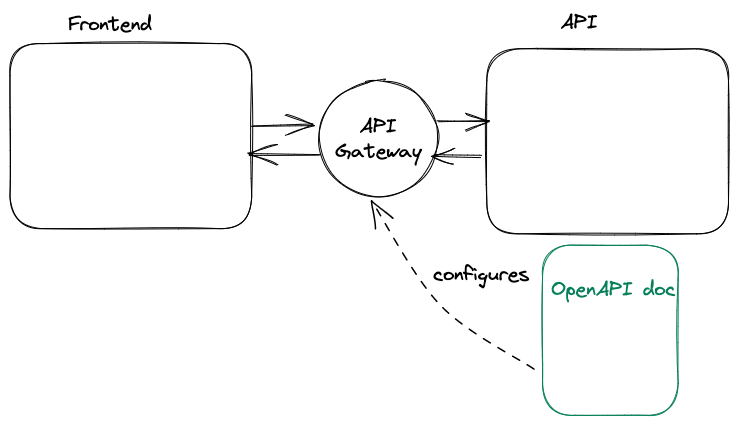
The Excalidraw diagram apps/v2/src/content/blog/_open-api/api-gateway.excalidraw.png in malcolm-kee/malcolm-kee, before a commit. Source tidied: one line per element, renumbered; positions are measured from the earlier drawing's top-left corner, leaving out a move shared by most shapes. Source of this version:
```json
{"id": 0, "type": "rectangle", "strokeColor": "#000000", "strokeWidth": 1, "roughness": 1, "round": true, "x": 0, "y": 34, "width": 242, "height": 185}
{"id": 1, "type": "text", "text": "Frontend", "strokeColor": "#000000", "strokeWidth": 1, "roughness": 1, "fontSize": 20, "fontFamily": 1, "x": 58, "y": 2, "width": 85, "height": 25}
{"id": 2, "type": "rectangle", "strokeColor": "#000000", "strokeWidth": 1, "roughness": 1, "round": true, "x": 477, "y": 39, "width": 242, "height": 185}
{"id": 3, "type": "text", "text": "API", "strokeColor": "#000000", "strokeWidth": 1, "roughness": 1, "fontSize": 20, "fontFamily": 1, "x": 551, "y": 0, "width": 39, "height": 25}
{"id": 4, "type": "rectangle", "strokeColor": "#087f5b", "strokeWidth": 1, "roughness": 1, "round": true, "x": 533, "y": 235, "width": 136, "height": 170}
{"id": 5, "type": "text", "text": "OpenAPI doc", "strokeColor": "#087f5b", "strokeWidth": 1, "roughness": 1, "fontSize": 20, "fontFamily": 1, "x": 541, "y": 267, "width": 126, "height": 25}
{"id": 6, "type": "arrow", "strokeColor": "#000000", "strokeWidth": 1, "strokeStyle": "dashed", "roughness": 1, "endArrowhead": "arrow", "round": true, "from": 4, "to": 8, "x": 523, "y": 360, "width": 162, "height": 168, "points": [[0, 0], [-92, -65], [-162, -168]]}
{"id": 7, "type": "text", "text": "configures", "strokeColor": "#000000", "strokeWidth": 1, "roughness": 1, "fontSize": 20, "fontFamily": 1, "x": 423, "y": 252, "width": 98, "height": 25}
{"id": 8, "type": "ellipse", "strokeColor": "#000000", "strokeWidth": 1, "roughness": 1, "round": true, "x": 309, "y": 70, "width": 119, "height": 117}
{"id": 9, "type": "text", "text": "API\nGateway", "strokeColor": "#000000", "strokeWidth": 1, "roughness": 1, "fontSize": 20, "fontFamily": 1, "textAlign": "center", "verticalAlign": "middle", "inside": 8, "x": 324, "y": 104, "width": 88, "height": 50}
{"id": 10, "type": "arrow", "strokeColor": "#000000", "strokeWidth": 1, "roughness": 1, "endArrowhead": "arrow", "round": true, "to": 8, "x": 242, "y": 115, "width": 63, "height": 0, "points": [[0, 0], [63, 0]]}
{"id": 11, "type": "arrow", "strokeColor": "#000000", "strokeWidth": 1, "roughness": 1, "endArrowhead": "arrow", "round": true, "from": 8, "x": 310, "y": 144, "width": 72, "height": 0, "points": [[0, 0], [-72, 0]]}
{"id": 12, "type": "arrow", "strokeColor": "#000000", "strokeWidth": 1, "roughness": 1, "endArrowhead": "arrow", "round": true, "from": 8, "x": 429, "y": 112, "width": 50, "height": 0, "points": [[0, 0], [50, 0]]}
{"id": 13, "type": "arrow", "strokeColor": "#000000", "strokeWidth": 1, "roughness": 1, "endArrowhead": "arrow", "round": true, "from": 2, "x": 471, "y": 146, "width": 47, "height": 2, "points": [[0, 0], [-47, -2]]}
```
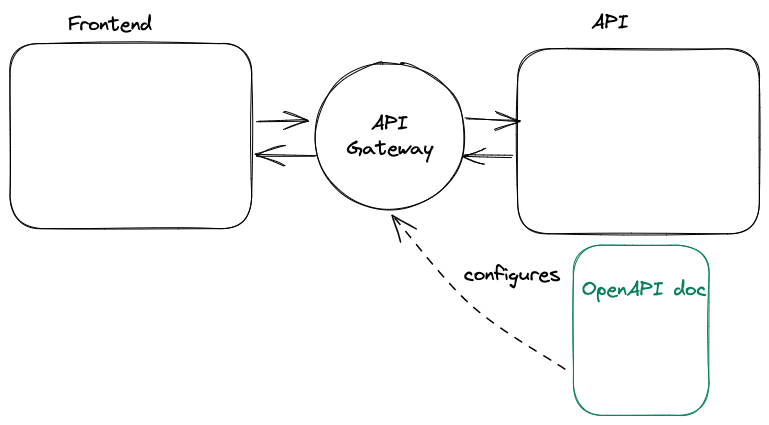
After the commit.

The edit, as a diff of the source:
```diff
@@ -1,14 +1,14 @@
-{"id": 0, "type": "rectangle", "strokeColor": "#000000", "strokeWidth": 1, "roughness": 1, "round": true, "x": 0, "y": 34, "width": 242, "height": 185}
+{"id": 0, "type": "rectangle", "strokeColor": "#000000", "strokeWidth": 1, "roughness": 1, "round": true, "x": -31, "y": 34, "width": 242, "height": 185}
-{"id": 1, "type": "text", "text": "Frontend", "strokeColor": "#000000", "strokeWidth": 1, "roughness": 1, "fontSize": 20, "fontFamily": 1, "x": 58, "y": 2, "width": 85, "height": 25}
+{"id": 1, "type": "text", "text": "Frontend", "strokeColor": "#000000", "strokeWidth": 1, "roughness": 1, "fontSize": 20, "fontFamily": 1, "x": 27, "y": 2, "width": 83, "height": 25}
 {"id": 2, "type": "rectangle", "strokeColor": "#000000", "strokeWidth": 1, "roughness": 1, "round": true, "x": 477, "y": 39, "width": 242, "height": 185}
-{"id": 3, "type": "text", "text": "API", "strokeColor": "#000000", "strokeWidth": 1, "roughness": 1, "fontSize": 20, "fontFamily": 1, "x": 551, "y": 0, "width": 39, "height": 25}
+{"id": 3, "type": "text", "text": "API", "strokeColor": "#000000", "strokeWidth": 1, "roughness": 1, "fontSize": 20, "fontFamily": 1, "x": 551, "y": 0, "width": 37, "height": 25}
 {"id": 4, "type": "rectangle", "strokeColor": "#087f5b", "strokeWidth": 1, "roughness": 1, "round": true, "x": 533, "y": 235, "width": 136, "height": 170}
-{"id": 5, "type": "text", "text": "OpenAPI doc", "strokeColor": "#087f5b", "strokeWidth": 1, "roughness": 1, "fontSize": 20, "fontFamily": 1, "x": 541, "y": 267, "width": 126, "height": 25}
+{"id": 5, "type": "text", "text": "OpenAPI doc", "strokeColor": "#087f5b", "strokeWidth": 1, "roughness": 1, "fontSize": 20, "fontFamily": 1, "x": 541, "y": 267, "width": 124, "height": 25}
-{"id": 6, "type": "arrow", "strokeColor": "#000000", "strokeWidth": 1, "strokeStyle": "dashed", "roughness": 1, "endArrowhead": "arrow", "round": true, "from": 4, "to": 8, "x": 523, "y": 360, "width": 162, "height": 168, "points": [[0, 0], [-92, -65], [-162, -168]]}
+{"id": 6, "type": "arrow", "strokeColor": "#000000", "strokeWidth": 1, "strokeStyle": "dashed", "roughness": 1, "endArrowhead": "arrow", "round": true, "from": 4, "to": 8, "x": 523, "y": 360, "width": 172, "height": 154, "points": [[0, 0], [-92, -65], [-172, -154]]}
-{"id": 7, "type": "text", "text": "configures", "strokeColor": "#000000", "strokeWidth": 1, "roughness": 1, "fontSize": 20, "fontFamily": 1, "x": 423, "y": 252, "width": 98, "height": 25}
+{"id": 7, "type": "text", "text": "configures", "strokeColor": "#000000", "strokeWidth": 1, "roughness": 1, "fontSize": 20, "fontFamily": 1, "x": 423, "y": 252, "width": 96, "height": 25}
-{"id": 8, "type": "ellipse", "strokeColor": "#000000", "strokeWidth": 1, "roughness": 1, "round": true, "x": 309, "y": 70, "width": 119, "height": 117}
+{"id": 8, "type": "ellipse", "strokeColor": "#000000", "strokeWidth": 1, "roughness": 1, "round": true, "x": 274, "y": 53, "width": 150, "height": 148}
-{"id": 9, "type": "text", "text": "API\nGateway", "strokeColor": "#000000", "strokeWidth": 1, "roughness": 1, "fontSize": 20, "fontFamily": 1, "textAlign": "center", "verticalAlign": "middle", "inside": 8, "x": 324, "y": 104, "width": 88, "height": 50}
+{"id": 9, "type": "text", "text": "API\nGateway", "strokeColor": "#000000", "strokeWidth": 1, "roughness": 1, "fontSize": 20, "fontFamily": 1, "textAlign": "center", "verticalAlign": "middle", "inside": 8, "x": 306, "y": 101, "width": 86, "height": 50}
-{"id": 10, "type": "arrow", "strokeColor": "#000000", "strokeWidth": 1, "roughness": 1, "endArrowhead": "arrow", "round": true, "to": 8, "x": 242, "y": 115, "width": 63, "height": 0, "points": [[0, 0], [63, 0]]}
+{"id": 10, "type": "arrow", "strokeColor": "#000000", "strokeWidth": 1, "roughness": 1, "endArrowhead": "arrow", "round": true, "from": 0, "to": 8, "x": 216, "y": 111, "width": 52, "height": 0, "points": [[0, 0], [52, 0]]}
-{"id": 11, "type": "arrow", "strokeColor": "#000000", "strokeWidth": 1, "roughness": 1, "endArrowhead": "arrow", "round": true, "from": 8, "x": 310, "y": 144, "width": 72, "height": 0, "points": [[0, 0], [-72, 0]]}
+{"id": 11, "type": "arrow", "strokeColor": "#000000", "strokeWidth": 1, "roughness": 1, "endArrowhead": "arrow", "round": true, "from": 8, "to": 0, "x": 275, "y": 145, "width": 60, "height": 0, "points": [[0, 0], [-60, 0]]}
-{"id": 12, "type": "arrow", "strokeColor": "#000000", "strokeWidth": 1, "roughness": 1, "endArrowhead": "arrow", "round": true, "from": 8, "x": 429, "y": 112, "width": 50, "height": 0, "points": [[0, 0], [50, 0]]}
+{"id": 12, "type": "arrow", "strokeColor": "#000000", "strokeWidth": 1, "roughness": 1, "endArrowhead": "arrow", "round": true, "from": 8, "x": 426, "y": 109, "width": 53, "height": 3, "points": [[0, 0], [53, 3]]}
-{"id": 13, "type": "arrow", "strokeColor": "#000000", "strokeWidth": 1, "roughness": 1, "endArrowhead": "arrow", "round": true, "from": 2, "x": 471, "y": 146, "width": 47, "height": 2, "points": [[0, 0], [-47, -2]]}
+{"id": 13, "type": "arrow", "strokeColor": "#000000", "strokeWidth": 1, "roughness": 1, "endArrowhead": "arrow", "round": true, "from": 2, "to": 8, "x": 471, "y": 146, "width": 47, "height": 2, "points": [[0, 0], [-47, -2]]}
```
